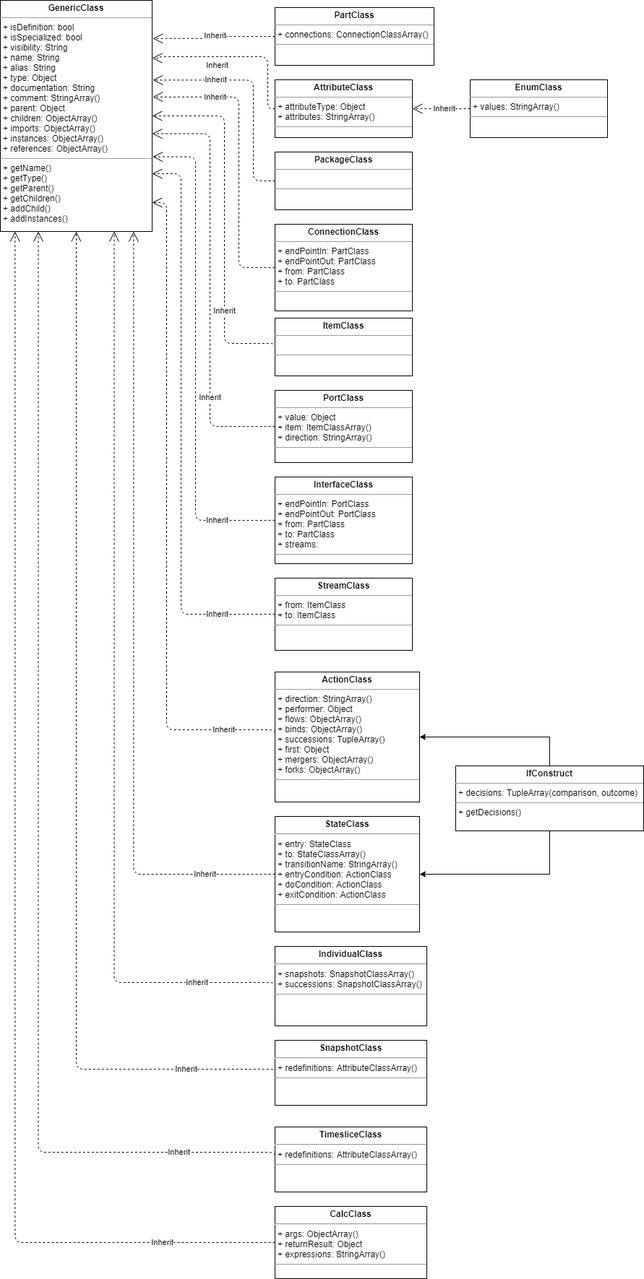
Above: Class_diagram-SysMLv2.png in olihgb-7/D0020E (draw.io), before the change. Source tidied: cells renumbered, new cells last; positions are measured from the earlier drawing's top-left corner, leaving out a move shared by most shapes.
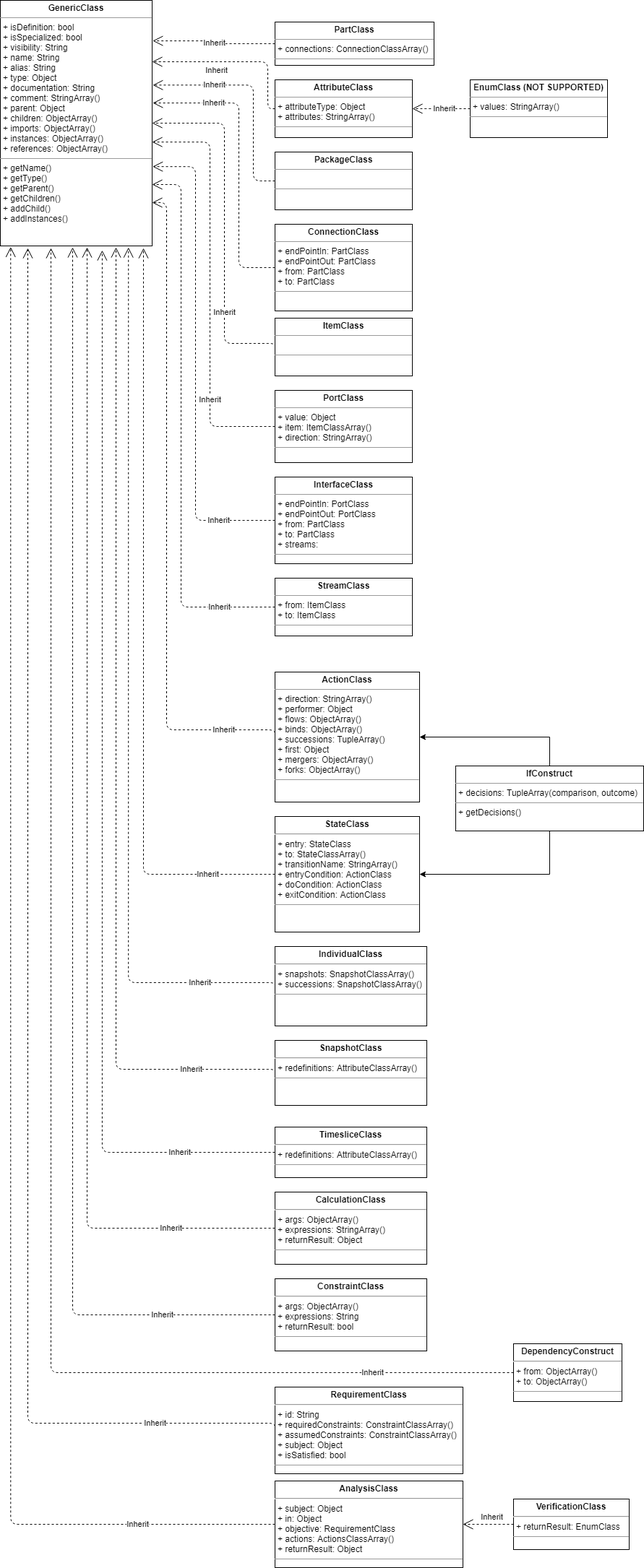
Later version of the same file.

Commit message:
Update Class diagram

Change to the diagram source:
```diff
@@ -5,6 +5,6 @@
     <mxCell id="2" value="&lt;p style=&quot;margin: 0px ; margin-top: 4px ; text-align: center&quot;&gt;&lt;b&gt;GenericClass&lt;/b&gt;&lt;/p&gt;&lt;hr size=&quot;1&quot;&gt;&lt;p style=&quot;margin: 0px ; margin-left: 4px&quot;&gt;+ isDefinition: bool&lt;/p&gt;&lt;p style=&quot;margin: 0px ; margin-left: 4px&quot;&gt;+ isSpecialized: bool&lt;/p&gt;&lt;p style=&quot;margin: 0px ; margin-left: 4px&quot;&gt;+ visibility: String&lt;/p&gt;&lt;p style=&quot;margin: 0px ; margin-left: 4px&quot;&gt;+ name: String&lt;/p&gt;&lt;p style=&quot;margin: 0px ; margin-left: 4px&quot;&gt;+ alias: String&amp;nbsp;&lt;br&gt;+ type: Object&lt;/p&gt;&lt;p style=&quot;margin: 0px ; margin-left: 4px&quot;&gt;+ documentation: String&lt;/p&gt;&lt;p style=&quot;margin: 0px ; margin-left: 4px&quot;&gt;+ comment: StringArray()&lt;/p&gt;&lt;p style=&quot;margin: 0px ; margin-left: 4px&quot;&gt;+ parent: Object&lt;/p&gt;&lt;p style=&quot;margin: 0px ; margin-left: 4px&quot;&gt;+ children: ObjectArray()&lt;/p&gt;&lt;p style=&quot;margin: 0px ; margin-left: 4px&quot;&gt;+ imports: ObjectArray()&amp;nbsp;&lt;br&gt;&lt;/p&gt;&lt;p style=&quot;margin: 0px ; margin-left: 4px&quot;&gt;+ instances: ObjectArray()&lt;/p&gt;&lt;p style=&quot;margin: 0px ; margin-left: 4px&quot;&gt;+ references: ObjectArray()&lt;/p&gt;&lt;hr size=&quot;1&quot;&gt;&lt;p style=&quot;margin: 0px ; margin-left: 4px&quot;&gt;+&amp;nbsp;&lt;span&gt;getName()&lt;/span&gt;&lt;/p&gt;&lt;p style=&quot;margin: 0px ; margin-left: 4px&quot;&gt;+ getType()&lt;/p&gt;&lt;p style=&quot;margin: 0px ; margin-left: 4px&quot;&gt;+ getParent()&lt;/p&gt;&lt;p style=&quot;margin: 0px ; margin-left: 4px&quot;&gt;+ getChildren()&lt;/p&gt;&lt;p style=&quot;margin: 0px ; margin-left: 4px&quot;&gt;+ addChild()&lt;/p&gt;&lt;p style=&quot;margin: 0px ; margin-left: 4px&quot;&gt;+ addInstances()&lt;/p&gt;&amp;nbsp;" style="verticalAlign=top;align=left;overflow=fill;fontSize=12;fontFamily=Helvetica;html=1;rounded=0;shadow=0;comic=0;labelBackgroundColor=none;strokeWidth=1;" parent="1" vertex="1">
-      <mxGeometry width="210" height="320" as="geometry" />
+      <mxGeometry width="210" height="340" as="geometry" />
     </mxCell>
     <mxCell id="3" value="&lt;p style=&quot;margin: 0px ; margin-top: 4px ; text-align: center&quot;&gt;&lt;b&gt;PartClass&lt;/b&gt;&lt;/p&gt;&lt;hr size=&quot;1&quot;&gt;&lt;p style=&quot;margin: 0px ; margin-left: 4px&quot;&gt;+ connections: ConnectionClassArray()&lt;/p&gt;&lt;hr size=&quot;1&quot;&gt;&lt;p style=&quot;margin: 0px ; margin-left: 4px&quot;&gt;&lt;br&gt;&lt;/p&gt;" style="verticalAlign=top;align=left;overflow=fill;fontSize=12;fontFamily=Helvetica;html=1;rounded=0;shadow=0;comic=0;labelBackgroundColor=none;strokeWidth=1;" parent="1" vertex="1">
-      <mxGeometry x="380" y="10" width="220" height="80" as="geometry" />
+      <mxGeometry x="380" y="30" width="220" height="60" as="geometry" />
     </mxCell>
@@ -20,3 +20,3 @@
           <mxPoint x="350" y="250" />
-          <mxPoint x="350" y="110" />
+          <mxPoint x="350" y="117" />
         </Array>
@@ -24,3 +24,3 @@
     </mxCell>
-    <mxCell id="7" value="&lt;p style=&quot;margin: 0px ; margin-top: 4px ; text-align: center&quot;&gt;&lt;b&gt;EnumClass&lt;/b&gt;&lt;/p&gt;&lt;hr size=&quot;1&quot;&gt;&lt;p style=&quot;margin: 0px ; margin-left: 4px&quot;&gt;+ values: StringArray()&lt;/p&gt;&lt;hr size=&quot;1&quot;&gt;&lt;p style=&quot;margin: 0px ; margin-left: 4px&quot;&gt;&lt;br&gt;&lt;/p&gt;" style="verticalAlign=top;align=left;overflow=fill;fontSize=12;fontFamily=Helvetica;html=1;rounded=0;shadow=0;comic=0;labelBackgroundColor=none;strokeWidth=1;" parent="1" vertex="1">
+    <mxCell id="7" value="&lt;p style=&quot;margin: 0px ; margin-top: 4px ; text-align: center&quot;&gt;&lt;b&gt;EnumClass (NOT SUPPORTED)&lt;/b&gt;&lt;/p&gt;&lt;hr size=&quot;1&quot;&gt;&lt;p style=&quot;margin: 0px ; margin-left: 4px&quot;&gt;+ values: StringArray()&lt;/p&gt;&lt;hr size=&quot;1&quot;&gt;&lt;p style=&quot;margin: 0px ; margin-left: 4px&quot;&gt;&lt;br&gt;&lt;/p&gt;" style="verticalAlign=top;align=left;overflow=fill;fontSize=12;fontFamily=Helvetica;html=1;rounded=0;shadow=0;comic=0;labelBackgroundColor=none;strokeWidth=1;" parent="1" vertex="1">
       <mxGeometry x="650" y="110" width="190" height="80" as="geometry" />
@@ -31,5 +31,5 @@
           <mxPoint x="370" y="150" />
-          <mxPoint x="370" y="78" />
-          <mxPoint x="220" y="78" />
-          <mxPoint x="220" y="80" />
+          <mxPoint x="370" y="85" />
+          <mxPoint x="220" y="85" />
+          <mxPoint x="220" y="85" />
         </Array>
@@ -44,3 +44,3 @@
           <mxPoint x="330" y="370" />
-          <mxPoint x="330" y="134" />
+          <mxPoint x="330" y="142" />
         </Array>
@@ -70,3 +70,3 @@
           <mxPoint x="310" y="475" />
-          <mxPoint x="310" y="160" />
+          <mxPoint x="310" y="170" />
         </Array>
@@ -78,3 +78,3 @@
           <mxPoint x="290" y="590" />
-          <mxPoint x="290" y="185" />
+          <mxPoint x="290" y="196" />
         </Array>
@@ -89,3 +89,3 @@
           <mxPoint x="270" y="720" />
-          <mxPoint x="270" y="217" />
+          <mxPoint x="270" y="230" />
         </Array>
@@ -94,3 +94,3 @@
     <mxCell id="19" value="&lt;p style=&quot;margin: 0px ; margin-top: 4px ; text-align: center&quot;&gt;&lt;b&gt;StreamClass&lt;/b&gt;&lt;/p&gt;&lt;hr size=&quot;1&quot;&gt;&lt;p style=&quot;margin: 0px ; margin-left: 4px&quot;&gt;+&amp;nbsp;&lt;span&gt;from: ItemClass&lt;/span&gt;&lt;/p&gt;&lt;p style=&quot;margin: 0px ; margin-left: 4px&quot;&gt;+ to: ItemClass&lt;/p&gt;&lt;hr size=&quot;1&quot;&gt;&lt;p style=&quot;margin: 0px ; margin-left: 4px&quot;&gt;&lt;br&gt;&lt;/p&gt;" style="verticalAlign=top;align=left;overflow=fill;fontSize=12;fontFamily=Helvetica;html=1;rounded=0;shadow=0;comic=0;labelBackgroundColor=none;strokeWidth=1;" parent="1" vertex="1">
-      <mxGeometry x="380" y="800" width="190" height="100" as="geometry" />
+      <mxGeometry x="380" y="800" width="190" height="80" as="geometry" />
     </mxCell>
@@ -99,4 +99,4 @@
         <Array as="points">
-          <mxPoint x="250" y="850" />
-          <mxPoint x="250" y="240" />
+          <mxPoint x="250" y="840" />
+          <mxPoint x="250" y="255" />
         </Array>
@@ -128,6 +128,6 @@
     </mxCell>
-    <mxCell id="27" value="Inherit" style="endArrow=open;endSize=12;dashed=1;html=1;exitX=0;exitY=0.5;exitDx=0;exitDy=0;edgeStyle=orthogonalEdgeStyle;entryX=0.878;entryY=1;entryDx=0;entryDy=0;entryPerimeter=0;" parent="1" edge="1" source="26" target="2">
+    <mxCell id="27" value="Inherit" style="endArrow=open;endSize=12;dashed=1;html=1;exitX=0;exitY=0.5;exitDx=0;exitDy=0;edgeStyle=orthogonalEdgeStyle;entryX=0.943;entryY=1.009;entryDx=0;entryDy=0;entryPerimeter=0;" parent="1" edge="1" source="26" target="2">
       <mxGeometry x="-0.82" relative="1" as="geometry">
         <Array as="points">
-          <mxPoint x="184" y="1210" />
+          <mxPoint x="198" y="1210" />
         </Array>
@@ -138,3 +138,3 @@
     </mxCell>
-    <mxCell id="29" value="Inherit" style="endArrow=open;endSize=12;dashed=1;html=1;exitX=0;exitY=0.5;exitDx=0;exitDy=0;edgeStyle=orthogonalEdgeStyle;entryX=0.75;entryY=1;entryDx=0;entryDy=0;" parent="1" edge="1" source="28" target="2">
+    <mxCell id="29" value="Inherit" style="endArrow=open;endSize=12;dashed=1;html=1;exitX=0;exitY=0.5;exitDx=0;exitDy=0;edgeStyle=orthogonalEdgeStyle;entryX=0.844;entryY=1.006;entryDx=0;entryDy=0;entryPerimeter=0;" parent="1" edge="1" source="28" target="2">
       <mxGeometry x="-0.82" relative="1" as="geometry">
@@ -142,3 +142,3 @@
           <mxPoint x="380" y="1360" />
-          <mxPoint x="157" y="1360" />
+          <mxPoint x="177" y="1360" />
         </Array>
@@ -149,7 +149,8 @@
     </mxCell>
-    <mxCell id="31" value="Inherit" style="endArrow=open;endSize=12;dashed=1;html=1;exitX=0;exitY=0.5;exitDx=0;exitDy=0;edgeStyle=orthogonalEdgeStyle;entryX=0.5;entryY=1;entryDx=0;entryDy=0;" parent="1" edge="1" source="30" target="2">
+    <mxCell id="31" value="Inherit" style="endArrow=open;endSize=12;dashed=1;html=1;exitX=0;exitY=0.5;exitDx=0;exitDy=0;edgeStyle=orthogonalEdgeStyle;" parent="1" edge="1" source="30">
       <mxGeometry x="-0.82" relative="1" as="geometry">
+        <mxPoint x="160" y="342" as="targetPoint" />
         <Array as="points">
           <mxPoint x="380" y="1480" />
-          <mxPoint x="105" y="1480" />
+          <mxPoint x="160" y="1480" />
         </Array>
@@ -158,8 +159,8 @@
     <mxCell id="32" value="&lt;p style=&quot;margin: 0px ; margin-top: 4px ; text-align: center&quot;&gt;&lt;b&gt;TimesliceClass&lt;/b&gt;&lt;/p&gt;&lt;hr id=&quot;null&quot;&gt;&lt;p style=&quot;margin: 0px ; margin-left: 4px&quot;&gt;&lt;span&gt;+ redefinitions: AttributeClassArray()&lt;/span&gt;&lt;br&gt;&lt;/p&gt;&lt;hr size=&quot;1&quot;&gt;&lt;p style=&quot;margin: 0px ; margin-left: 4px&quot;&gt;&lt;br&gt;&lt;/p&gt;" style="verticalAlign=top;align=left;overflow=fill;fontSize=12;fontFamily=Helvetica;html=1;rounded=0;shadow=0;comic=0;labelBackgroundColor=none;strokeWidth=1;" parent="1" vertex="1">
-      <mxGeometry x="380" y="1560" width="210" height="90" as="geometry" />
+      <mxGeometry x="380" y="1560" width="210" height="70" as="geometry" />
     </mxCell>
-    <mxCell id="33" value="Inherit" style="endArrow=open;endSize=12;dashed=1;html=1;exitX=0;exitY=0.5;exitDx=0;exitDy=0;edgeStyle=orthogonalEdgeStyle;entryX=0.25;entryY=1;entryDx=0;entryDy=0;" parent="1" edge="1" source="32" target="2">
+    <mxCell id="33" value="Inherit" style="endArrow=open;endSize=12;dashed=1;html=1;exitX=0;exitY=0.5;exitDx=0;exitDy=0;edgeStyle=orthogonalEdgeStyle;entryX=0.671;entryY=1.018;entryDx=0;entryDy=0;entryPerimeter=0;" parent="1" edge="1" source="32" target="2">
       <mxGeometry x="-0.82" relative="1" as="geometry">
         <Array as="points">
-          <mxPoint x="53" y="1595" />
+          <mxPoint x="141" y="1595" />
         </Array>
@@ -167,9 +168,10 @@
     </mxCell>
-    <mxCell id="34" value="&lt;p style=&quot;margin: 0px ; margin-top: 4px ; text-align: center&quot;&gt;&lt;b&gt;CalcClass&lt;/b&gt;&lt;/p&gt;&lt;hr id=&quot;null&quot;&gt;&lt;p style=&quot;margin: 0px ; margin-left: 4px&quot;&gt;&lt;span&gt;+ args: ObjectArray()&lt;/span&gt;&lt;br&gt;&lt;/p&gt;&lt;p style=&quot;margin: 0px ; margin-left: 4px&quot;&gt;&lt;span&gt;+ returnResult: Object&lt;/span&gt;&lt;/p&gt;&lt;p style=&quot;margin: 0px ; margin-left: 4px&quot;&gt;+ expressions: StringArray()&lt;/p&gt;&lt;hr size=&quot;1&quot;&gt;&lt;p style=&quot;margin: 0px ; margin-left: 4px&quot;&gt;&lt;br&gt;&lt;/p&gt;" style="verticalAlign=top;align=left;overflow=fill;fontSize=12;fontFamily=Helvetica;html=1;rounded=0;shadow=0;comic=0;labelBackgroundColor=none;strokeWidth=1;" parent="1" vertex="1">
-      <mxGeometry x="380" y="1670" width="210" height="100" as="geometry" />
+    <mxCell id="34" value="&lt;p style=&quot;margin: 0px ; margin-top: 4px ; text-align: center&quot;&gt;&lt;b&gt;CalculationClass&lt;/b&gt;&lt;/p&gt;&lt;hr id=&quot;null&quot;&gt;&lt;p style=&quot;margin: 0px ; margin-left: 4px&quot;&gt;&lt;span&gt;+ args: ObjectArray()&lt;/span&gt;&lt;/p&gt;&lt;p style=&quot;margin: 0px ; margin-left: 4px&quot;&gt;+ expressions: StringArray()&lt;/p&gt;&lt;p style=&quot;margin: 0px ; margin-left: 4px&quot;&gt;+ returnResult: Object&lt;br&gt;&lt;/p&gt;&lt;hr size=&quot;1&quot;&gt;&lt;p style=&quot;margin: 0px ; margin-left: 4px&quot;&gt;&lt;br&gt;&lt;/p&gt;" style="verticalAlign=top;align=left;overflow=fill;fontSize=12;fontFamily=Helvetica;html=1;rounded=0;shadow=0;comic=0;labelBackgroundColor=none;strokeWidth=1;" parent="1" vertex="1">
+      <mxGeometry x="380" y="1650" width="210" height="100" as="geometry" />
     </mxCell>
-    <mxCell id="35" value="Inherit" style="endArrow=open;endSize=12;dashed=1;html=1;exitX=0;exitY=0.5;exitDx=0;exitDy=0;edgeStyle=orthogonalEdgeStyle;entryX=0.097;entryY=1;entryDx=0;entryDy=0;entryPerimeter=0;" parent="1" edge="1" source="34" target="2">
+    <mxCell id="35" value="Inherit" style="endArrow=open;endSize=12;dashed=1;html=1;exitX=0;exitY=0.5;exitDx=0;exitDy=0;edgeStyle=orthogonalEdgeStyle;" parent="1" edge="1" source="34">
       <mxGeometry x="-0.82" relative="1" as="geometry">
+        <mxPoint x="120" y="342" as="targetPoint" />
         <Array as="points">
-          <mxPoint x="20" y="1720" />
+          <mxPoint x="120" y="1700" />
         </Array>
@@ -177,2 +179,56 @@
     </mxCell>
+    <mxCell id="36" value="&lt;p style=&quot;margin: 0px ; margin-top: 4px ; text-align: center&quot;&gt;&lt;b&gt;ConstraintClass&lt;/b&gt;&lt;/p&gt;&lt;hr id=&quot;null&quot;&gt;&lt;p style=&quot;margin: 0px ; margin-left: 4px&quot;&gt;&lt;span&gt;+ args: ObjectArray()&lt;/span&gt;&lt;/p&gt;&lt;p style=&quot;margin: 0px ; margin-left: 4px&quot;&gt;+ expressions: String&lt;/p&gt;&lt;p style=&quot;margin: 0px ; margin-left: 4px&quot;&gt;+ returnResult: bool&lt;br&gt;&lt;/p&gt;&lt;hr size=&quot;1&quot;&gt;&lt;p style=&quot;margin: 0px ; margin-left: 4px&quot;&gt;&lt;br&gt;&lt;/p&gt;" style="verticalAlign=top;align=left;overflow=fill;fontSize=12;fontFamily=Helvetica;html=1;rounded=0;shadow=0;comic=0;labelBackgroundColor=none;strokeWidth=1;" parent="1" vertex="1">
+      <mxGeometry x="380" y="1770" width="210" height="100" as="geometry" />
+    </mxCell>
+    <mxCell id="37" value="Inherit" style="endArrow=open;endSize=12;dashed=1;html=1;exitX=0;exitY=0.5;exitDx=0;exitDy=0;edgeStyle=orthogonalEdgeStyle;" parent="1" edge="1" source="36">
+      <mxGeometry x="-0.82" relative="1" as="geometry">
+        <mxPoint x="100" y="342" as="targetPoint" />
+        <Array as="points">
+          <mxPoint x="100" y="1820" />
+        </Array>
+      </mxGeometry>
+    </mxCell>
+    <mxCell id="38" value="&lt;p style=&quot;margin: 0px ; margin-top: 4px ; text-align: center&quot;&gt;&lt;b&gt;RequirementClass&lt;/b&gt;&lt;/p&gt;&lt;hr id=&quot;null&quot;&gt;&lt;p style=&quot;margin: 0px ; margin-left: 4px&quot;&gt;&lt;span&gt;+ id: String&lt;/span&gt;&lt;/p&gt;&lt;p style=&quot;margin: 0px ; margin-left: 4px&quot;&gt;&lt;span&gt;+ requiredConstraints:&amp;nbsp;&lt;/span&gt;&lt;span style=&quot;text-align: center&quot;&gt;ConstraintClassArray()&lt;/span&gt;&lt;span&gt;&lt;br&gt;&lt;/span&gt;&lt;/p&gt;&lt;p style=&quot;margin: 0px ; margin-left: 4px&quot;&gt;+ assumedConstraints:&amp;nbsp;&lt;span style=&quot;text-align: center&quot;&gt;ConstraintClassArray()&lt;/span&gt;&lt;span style=&quot;text-align: center&quot;&gt;&lt;br&gt;&lt;/span&gt;&lt;/p&gt;&lt;p style=&quot;margin: 0px ; margin-left: 4px&quot;&gt;&lt;span&gt;+ subject: Object&lt;/span&gt;&lt;/p&gt;&lt;p style=&quot;margin: 0px ; margin-left: 4px&quot;&gt;&lt;span&gt;+ isSatisfied: bool&lt;/span&gt;&lt;/p&gt;&lt;hr size=&quot;1&quot;&gt;&lt;p style=&quot;margin: 0px ; margin-left: 4px&quot;&gt;&lt;br&gt;&lt;/p&gt;" style="verticalAlign=top;align=left;overflow=fill;fontSize=12;fontFamily=Helvetica;html=1;rounded=0;shadow=0;comic=0;labelBackgroundColor=none;strokeWidth=1;" parent="1" vertex="1">
+      <mxGeometry x="380" y="1920" width="260" height="120" as="geometry" />
+    </mxCell>
+    <mxCell id="39" value="Inherit" style="endArrow=open;endSize=12;dashed=1;html=1;exitX=0;exitY=0.5;exitDx=0;exitDy=0;edgeStyle=orthogonalEdgeStyle;entryX=0.181;entryY=1.009;entryDx=0;entryDy=0;entryPerimeter=0;" parent="1" edge="1" source="38" target="2">
+      <mxGeometry x="-0.82" relative="1" as="geometry">
+        <Array as="points">
+          <mxPoint x="380" y="1970" />
+          <mxPoint x="38" y="1970" />
+        </Array>
+      </mxGeometry>
+    </mxCell>
+    <mxCell id="40" value="&lt;p style=&quot;margin: 0px ; margin-top: 4px ; text-align: center&quot;&gt;&lt;b&gt;AnalysisClass&lt;/b&gt;&lt;/p&gt;&lt;hr id=&quot;null&quot;&gt;&lt;p style=&quot;margin: 0px ; margin-left: 4px&quot;&gt;&lt;span&gt;+ subject: Object&lt;/span&gt;&lt;br&gt;&lt;/p&gt;&lt;p style=&quot;margin: 0px ; margin-left: 4px&quot;&gt;+ in: Object&lt;/p&gt;&lt;p style=&quot;margin: 0px ; margin-left: 4px&quot;&gt;&lt;span&gt;+ objective: RequirementClass&lt;/span&gt;&lt;/p&gt;&lt;p style=&quot;margin: 0px ; margin-left: 4px&quot;&gt;&lt;span&gt;+ actions: ActionsClassArray()&lt;/span&gt;&lt;/p&gt;&lt;p style=&quot;margin: 0px ; margin-left: 4px&quot;&gt;+ returnResult: Object&lt;span&gt;&lt;br&gt;&lt;/span&gt;&lt;/p&gt;&lt;hr size=&quot;1&quot;&gt;&lt;p style=&quot;margin: 0px ; margin-left: 4px&quot;&gt;&lt;br&gt;&lt;/p&gt;" style="verticalAlign=top;align=left;overflow=fill;fontSize=12;fontFamily=Helvetica;html=1;rounded=0;shadow=0;comic=0;labelBackgroundColor=none;strokeWidth=1;" parent="1" vertex="1">
+      <mxGeometry x="380" y="2050" width="260" height="120" as="geometry" />
+    </mxCell>
+    <mxCell id="41" value="Inherit" style="endArrow=open;endSize=12;dashed=1;html=1;exitX=0;exitY=0.5;exitDx=0;exitDy=0;edgeStyle=orthogonalEdgeStyle;entryX=0.068;entryY=1.004;entryDx=0;entryDy=0;entryPerimeter=0;" parent="1" edge="1" source="40" target="2">
+      <mxGeometry x="-0.82" relative="1" as="geometry">
+        <Array as="points">
+          <mxPoint x="14" y="2110" />
+        </Array>
+      </mxGeometry>
+    </mxCell>
+    <mxCell id="42" value="&lt;p style=&quot;margin: 0px ; margin-top: 4px ; text-align: center&quot;&gt;&lt;b&gt;VerificationClass&lt;/b&gt;&lt;/p&gt;&lt;hr id=&quot;null&quot;&gt;&lt;p style=&quot;margin: 0px ; margin-left: 4px&quot;&gt;&lt;span&gt;+ returnResult: EnumClass&lt;/span&gt;&lt;br&gt;&lt;/p&gt;&lt;hr size=&quot;1&quot;&gt;&lt;p style=&quot;margin: 0px ; margin-left: 4px&quot;&gt;&lt;br&gt;&lt;/p&gt;" style="verticalAlign=top;align=left;overflow=fill;fontSize=12;fontFamily=Helvetica;html=1;rounded=0;shadow=0;comic=0;labelBackgroundColor=none;strokeWidth=1;" parent="1" vertex="1">
+      <mxGeometry x="710" y="2075" width="160" height="70" as="geometry" />
+    </mxCell>
+    <mxCell id="43" value="&lt;p style=&quot;margin: 0px ; margin-top: 4px ; text-align: center&quot;&gt;&lt;b&gt;DependencyConstruct&lt;/b&gt;&lt;/p&gt;&lt;hr id=&quot;null&quot;&gt;&lt;p style=&quot;margin: 0px ; margin-left: 4px&quot;&gt;&lt;span&gt;+ from: ObjectArray()&lt;br&gt;&lt;/span&gt;&lt;/p&gt;&lt;p style=&quot;margin: 0px ; margin-left: 4px&quot;&gt;&lt;span&gt;+ to: ObjectArray()&lt;/span&gt;&lt;/p&gt;&lt;hr size=&quot;1&quot;&gt;&lt;p style=&quot;margin: 0px ; margin-left: 4px&quot;&gt;&lt;br&gt;&lt;/p&gt;" style="verticalAlign=top;align=left;overflow=fill;fontSize=12;fontFamily=Helvetica;html=1;rounded=0;shadow=0;comic=0;labelBackgroundColor=none;strokeWidth=1;" parent="1" vertex="1">
+      <mxGeometry x="710" y="1860" width="150" height="80" as="geometry" />
+    </mxCell>
+    <mxCell id="44" value="Inherit" style="endArrow=open;endSize=12;dashed=1;html=1;exitX=0;exitY=0.5;exitDx=0;exitDy=0;edgeStyle=orthogonalEdgeStyle;entryX=1;entryY=0.5;entryDx=0;entryDy=0;" parent="1" edge="1" source="42" target="40">
+      <mxGeometry x="-0.14" y="-10" relative="1" as="geometry">
+        <Array as="points">
+          <mxPoint x="680" y="2110" />
+          <mxPoint x="680" y="2110" />
+        </Array>
+      </mxGeometry>
+    </mxCell>
+    <mxCell id="45" value="Inherit" style="endArrow=open;endSize=12;dashed=1;html=1;edgeStyle=orthogonalEdgeStyle;exitX=0;exitY=0.5;exitDx=0;exitDy=0;" parent="1" edge="1" source="43">
+      <mxGeometry x="-0.82" relative="1" as="geometry">
+        <mxPoint x="70" y="343" as="targetPoint" />
+        <Array as="points">
+          <mxPoint x="70" y="1900" />
+        </Array>
+      </mxGeometry>
+    </mxCell>
   </root>
```
